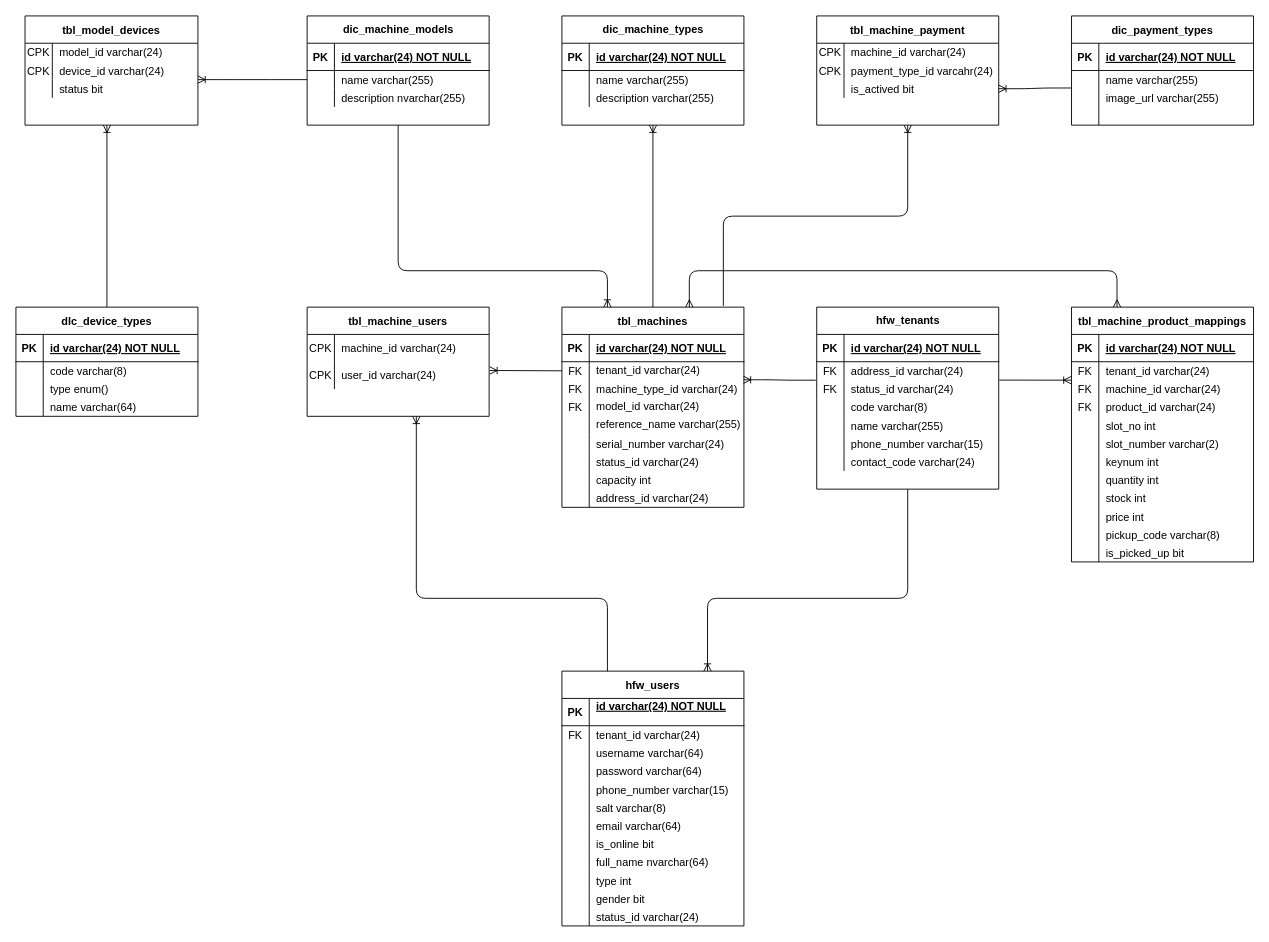
Before: page "Machine" (3 of 6) of Untitled Diagram.drawio in wardus3105/alphatest, a draw.io diagram. Source tidied: cells renumbered, new cells numbered last; positions are measured from the earlier drawing's top-left corner, leaving out a move shared by most shapes. Both pictures are drawn from the tidied source at 91%, with x=0, y=0 at pixel (15, 15).
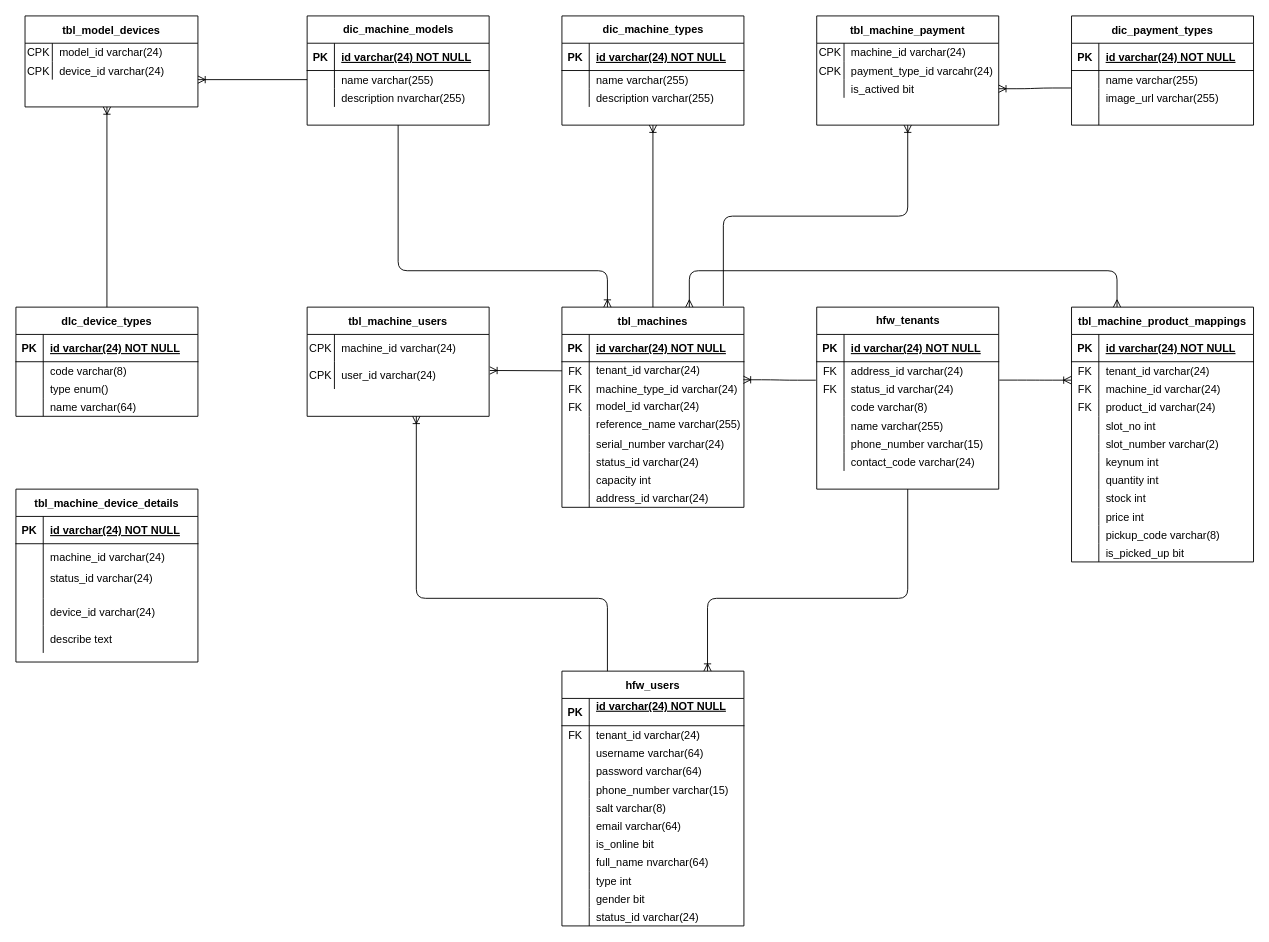
The same page after the edit.

The change refers to these unchanged cells:
```xml
<mxCell id="34" style="shape=partialRectangle;fillColor=none;top=0;left=0;bottom=0;right=0;points=[[0,0.5],[1,0.5]];portConstraint=eastwest;" parent="30" vertex="1">
  <mxGeometry y="60" width="200" height="20" as="geometry" />
</mxCell>
<mxCell id="161" value="dlc_device_types" style="shape=table;startSize=30;childLayout=tableLayout;rowLines=0;fontStyle=1;align=center;" parent="1" vertex="1">
  <mxGeometry y="320" width="200" height="120" as="geometry" />
</mxCell>
```

What changed in the source:
```diff
@@
     <mxCell id="174" value="tbl_model_devices" style="shape=table;startSize=30;childLayout=tableLayout;rowLines=0;fontStyle=1;align=center;" parent="1" vertex="1">
-      <mxGeometry x="10" width="190" height="120" as="geometry" />
+      <mxGeometry x="10" width="190" height="100" as="geometry" />
     </mxCell>
@@
-    <mxCell id="181" style="shape=partialRectangle;fillColor=none;top=0;left=0;bottom=0;right=0;points=[[0,0.5],[1,0.5]];portConstraint=eastwest;" parent="174" vertex="1">
-      <mxGeometry y="70" width="190" height="20" as="geometry" />
-    </mxCell>
-    <mxCell id="182" style="shape=partialRectangle;fillColor=none;top=0;left=0;bottom=0;right=0;overflow=hidden;" parent="181" vertex="1">
-      <mxGeometry width="30" height="20" as="geometry" />
-    </mxCell>
-    <mxCell id="183" value="status bit" style="shape=partialRectangle;fillColor=none;top=0;left=0;bottom=0;right=0;align=left;spacingLeft=6;overflow=hidden;" parent="181" vertex="1">
-      <mxGeometry x="30" width="160" height="20" as="geometry" />
-    </mxCell>
@@
     <mxCell id="197" style="fontSize=12;html=1;endArrow=none;entryX=0.5;entryY=0;entryDx=0;entryDy=0;startArrow=ERoneToMany;startFill=0;endFill=0;" parent="1" edge="1" target="161">
       <mxGeometry relative="1" as="geometry">
-        <mxPoint x="100" y="120" as="sourcePoint" />
+        <mxPoint x="100" y="100" as="sourcePoint" />
       </mxGeometry>
     </mxCell>
-    <mxCell id="198" style="edgeStyle=entityRelationEdgeStyle;fontSize=12;html=1;endArrow=ERoneToMany;exitX=0;exitY=0.5;exitDx=0;exitDy=0;entryX=1;entryY=0;entryDx=0;entryDy=0;entryPerimeter=0;" parent="1" edge="1" source="34" target="181">
-      <mxGeometry relative="1" as="geometry" />
+    <mxCell id="198" style="fontSize=12;html=1;endArrow=ERoneToMany;exitX=0;exitY=0.5;exitDx=0;exitDy=0;entryX=1;entryY=0;entryDx=0;entryDy=0;entryPerimeter=0;" parent="1" edge="1" source="34">
+      <mxGeometry relative="1" as="geometry">
+        <mxPoint x="200" y="70" as="targetPoint" />
+      </mxGeometry>
     </mxCell>
@@
+    <mxCell id="211" value="tbl_machine_device_details" style="shape=table;startSize=30;childLayout=tableLayout;rowLines=0;fontStyle=1;align=center;" parent="1" vertex="1">
+      <mxGeometry y="520" width="200" height="190" as="geometry" />
+    </mxCell>
+    <mxCell id="212" style="shape=partialRectangle;fillColor=none;top=0;left=0;bottom=1;right=0;" parent="211" vertex="1">
+      <mxGeometry y="30" width="200" height="30" as="geometry" />
+    </mxCell>
+    <mxCell id="213" value="PK" style="shape=partialRectangle;fillColor=none;top=0;left=0;bottom=0;right=0;fontStyle=1;overflow=hidden;" parent="212" vertex="1">
+      <mxGeometry width="30" height="30" as="geometry" />
+    </mxCell>
+    <mxCell id="214" value="id varchar(24) NOT NULL" style="shape=partialRectangle;fillColor=none;top=0;left=0;bottom=0;right=0;align=left;spacingLeft=6;fontStyle=5;overflow=hidden;" parent="212" vertex="1">
+      <mxGeometry x="30" width="170" height="30" as="geometry" />
+    </mxCell>
+    <mxCell id="215" style="shape=partialRectangle;fillColor=none;top=0;left=0;bottom=0;right=0;" parent="211" vertex="1">
+      <mxGeometry y="60" width="200" height="30" as="geometry" />
+    </mxCell>
+    <mxCell id="216" style="shape=partialRectangle;fillColor=none;top=0;left=0;bottom=0;right=0;overflow=hidden;" parent="215" vertex="1">
+      <mxGeometry width="30" height="30" as="geometry" />
+    </mxCell>
+    <mxCell id="217" value="machine_id varchar(24)" style="shape=partialRectangle;fillColor=none;top=0;left=0;bottom=0;right=0;align=left;spacingLeft=6;overflow=hidden;" parent="215" vertex="1">
+      <mxGeometry x="30" width="170" height="30" as="geometry" />
+    </mxCell>
+    <mxCell id="218" style="shape=partialRectangle;fillColor=none;top=0;left=0;bottom=0;right=0;" parent="211" vertex="1">
+      <mxGeometry y="90" width="200" height="30" as="geometry" />
+    </mxCell>
+    <mxCell id="219" style="shape=partialRectangle;fillColor=none;top=0;left=0;bottom=0;right=0;overflow=hidden;" parent="218" vertex="1">
+      <mxGeometry width="30" height="30" as="geometry" />
+    </mxCell>
+    <mxCell id="220" value="status_id varchar(24)&#10;" style="shape=partialRectangle;fillColor=none;top=0;left=0;bottom=0;right=0;align=left;spacingLeft=6;overflow=hidden;" parent="218" vertex="1">
+      <mxGeometry x="30" width="170" height="30" as="geometry" />
+    </mxCell>
+    <mxCell id="221" style="shape=partialRectangle;fillColor=none;top=0;left=0;bottom=0;right=0;" parent="211" vertex="1">
+      <mxGeometry y="120" width="200" height="30" as="geometry" />
+    </mxCell>
+    <mxCell id="222" style="shape=partialRectangle;fillColor=none;top=0;left=0;bottom=0;right=0;overflow=hidden;" parent="221" vertex="1">
+      <mxGeometry width="30" height="30" as="geometry" />
+    </mxCell>
+    <mxCell id="223" value="device_id varchar(24)" style="shape=partialRectangle;fillColor=none;top=0;left=0;bottom=0;right=0;align=left;spacingLeft=6;overflow=hidden;" parent="221" vertex="1">
+      <mxGeometry x="30" width="170" height="30" as="geometry" />
+    </mxCell>
+    <mxCell id="224" style="shape=partialRectangle;fillColor=none;top=0;left=0;bottom=0;right=0;" parent="211" vertex="1">
+      <mxGeometry y="150" width="200" height="30" as="geometry" />
+    </mxCell>
+    <mxCell id="225" style="shape=partialRectangle;fillColor=none;top=0;left=0;bottom=0;right=0;overflow=hidden;" parent="224" vertex="1">
+      <mxGeometry width="30" height="30" as="geometry" />
+    </mxCell>
+    <mxCell id="226" value="describe text" style="shape=partialRectangle;fillColor=none;top=0;left=0;bottom=0;right=0;align=left;spacingLeft=6;overflow=hidden;" parent="224" vertex="1">
+      <mxGeometry x="30" width="170" height="30" as="geometry" />
+    </mxCell>
```
